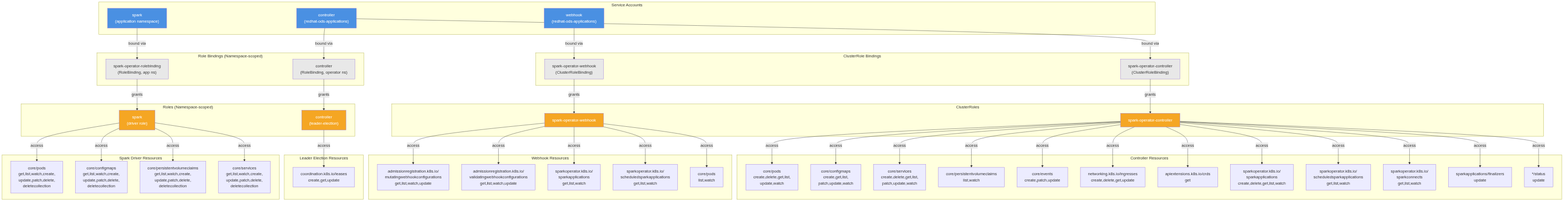
Earlier version of the Mermaid export architecture/rhoai-3.4-ea.2/diagrams/spark-operator-rbac.png (rhuss/architecture-context). Its source is kept beside it as architecture/rhoai-3.4-ea.2/diagrams/spark-operator-rbac.mmd.
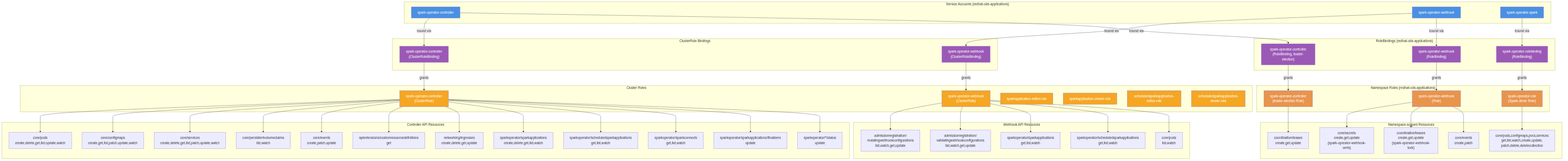
After the change.

Change to the diagram source:
```diff
@@ -1,9 +1,9 @@
 
 graph TD
-    subgraph ServiceAccounts["Service Accounts"]
-        SA_Controller["controller<br/>(redhat-ods-applications)"]
-        SA_Webhook["webhook<br/>(redhat-ods-applications)"]
-        SA_Spark["spark<br/>(application namespace)"]
+    subgraph ServiceAccounts["Service Accounts (redhat-ods-applications)"]
+        SA_Controller["spark-operator-controller"]
+        SA_Webhook["spark-operator-webhook"]
+        SA_Spark["spark-operator-spark"]
     end
 
     subgraph ClusterRoleBindings["ClusterRole Bindings"]
@@ -11,99 +11,109 @@
         CRB_Webhook["spark-operator-webhook<br/>(ClusterRoleBinding)"]
     end
 
-    subgraph RoleBindings["Role Bindings (Namespace-scoped)"]
-        RB_Leader["controller<br/>(RoleBinding, operator ns)"]
-        RB_Spark["spark-operator-rolebinding<br/>(RoleBinding, app ns)"]
+    subgraph RoleBindings["RoleBindings (redhat-ods-applications)"]
+        RB_Leader["spark-operator-controller<br/>(RoleBinding, leader-election)"]
+        RB_WebhookNS["spark-operator-webhook<br/>(RoleBinding)"]
+        RB_Spark["spark-operator-rolebinding<br/>(RoleBinding)"]
     end
 
-    subgraph ClusterRoles["ClusterRoles"]
-        CR_Controller["spark-operator-controller"]
-        CR_Webhook["spark-operator-webhook"]
+    subgraph ClusterRoles["Cluster Roles"]
+        CR_Controller["spark-operator-controller<br/>(ClusterRole)"]
+        CR_Webhook["spark-operator-webhook<br/>(ClusterRole)"]
+        CR_AppEditor["sparkapplication-editor-role"]
+        CR_AppViewer["sparkapplication-viewer-role"]
+        CR_SchedEditor["scheduledsparkapplication-editor-role"]
+        CR_SchedViewer["scheduledsparkapplication-viewer-role"]
     end
 
-    subgraph Roles["Roles (Namespace-scoped)"]
-        R_Leader["controller<br/>(leader-election)"]
-        R_Spark["spark<br/>(driver role)"]
+    subgraph NSRoles["Namespace Roles (redhat-ods-applications)"]
+        R_Leader["spark-operator-controller<br/>(leader-election Role)"]
+        R_Webhook["spark-operator-webhook<br/>(Role)"]
+        R_Spark["spark-operator-role<br/>(Spark driver Role)"]
     end
 
-    subgraph ControllerResources["Controller Resources"]
-        Pods["core/pods<br/>create,delete,get,list,<br/>update,watch"]
-        ConfigMaps["core/configmaps<br/>create,get,list,<br/>patch,update,watch"]
-        Services["core/services<br/>create,delete,get,list,<br/>patch,update,watch"]
-        PVCs["core/persistentvolumeclaims<br/>list,watch"]
-        Events["core/events<br/>create,patch,update"]
-        Ingresses["networking.k8s.io/ingresses<br/>create,delete,get,update"]
-        CRDs["apiextensions.k8s.io/crds<br/>get"]
-        SparkApps["sparkoperator.k8s.io/<br/>sparkapplications<br/>create,delete,get,list,watch"]
-        SchedApps["sparkoperator.k8s.io/<br/>scheduledsparkapplications<br/>get,list,watch"]
-        SparkConnects["sparkoperator.k8s.io/<br/>sparkconnects<br/>get,list,watch"]
-        Finalizers["sparkapplications/finalizers<br/>update"]
-        Status["*/status<br/>update"]
+    subgraph ControllerResources["Controller API Resources"]
+        Pods_C["core/pods<br/>create,delete,get,list,update,watch"]
+        ConfigMaps_C["core/configmaps<br/>create,get,list,patch,update,watch"]
+        Services_C["core/services<br/>create,delete,get,list,patch,update,watch"]
+        PVCs_C["core/persistentvolumeclaims<br/>list,watch"]
+        Events_C["core/events<br/>create,patch,update"]
+        CRDs_C["apiextensions/customresourcedefinitions<br/>get"]
+        Ingresses_C["networking/ingresses<br/>create,delete,get,update"]
+        SparkApps_C["sparkoperator/sparkapplications<br/>create,delete,get,list,watch"]
+        SchedApps_C["sparkoperator/scheduledsparkapplications<br/>get,list,watch"]
+        Connects_C["sparkoperator/sparkconnects<br/>get,list,watch"]
+        Finalizers_C["sparkoperator/sparkapplications/finalizers<br/>update"]
+        Status_C["sparkoperator/*/status<br/>update"]
     end
 
-    subgraph WebhookResources["Webhook Resources"]
-        MutWebhook["admissionregistration.k8s.io/<br/>mutatingwebhookconfigurations<br/>get,list,watch,update"]
-        ValWebhook["admissionregistration.k8s.io/<br/>validatingwebhookconfigurations<br/>get,list,watch,update"]
-        WH_SparkApps["sparkoperator.k8s.io/<br/>sparkapplications<br/>get,list,watch"]
-        WH_SchedApps["sparkoperator.k8s.io/<br/>scheduledsparkapplications<br/>get,list,watch"]
-        WH_Pods["core/pods<br/>list,watch"]
+    subgraph WebhookResources["Webhook API Resources"]
+        MWH["admissionregistration/<br/>mutatingwebhookconfigurations<br/>list,watch,get,update"]
+        VWH["admissionregistration/<br/>validatingwebhookconfigurations<br/>list,watch,get,update"]
+        SparkApps_W["sparkoperator/sparkapplications<br/>get,list,watch"]
+        SchedApps_W["sparkoperator/scheduledsparkapplications<br/>get,list,watch"]
+        Pods_W["core/pods<br/>list,watch"]
     end
 
-    subgraph LeaderResources["Leader Election Resources"]
-        Leases["coordination.k8s.io/leases<br/>create,get,update"]
+    subgraph NSResources["Namespace-scoped Resources"]
+        Leases_L["coordination/leases<br/>create,get,update"]
+        Secrets_W["core/secrets<br/>create,get,update<br/>(spark-operator-webhook-certs)"]
+        Leases_W["coordination/leases<br/>create,get,update<br/>(spark-operator-webhook-lock)"]
+        Events_W["core/events<br/>create,patch"]
+        SparkDriverRes["core/pods,configmaps,pvcs,services<br/>get,list,watch,create,update,<br/>patch,delete,deletecollection"]
     end
 
-    subgraph SparkDriverResources["Spark Driver Resources"]
-        DR_Pods["core/pods<br/>get,list,watch,create,<br/>update,patch,delete,<br/>deletecollection"]
-        DR_ConfigMaps["core/configmaps<br/>get,list,watch,create,<br/>update,patch,delete,<br/>deletecollection"]
-        DR_PVCs["core/persistentvolumeclaims<br/>get,list,watch,create,<br/>update,patch,delete,<br/>deletecollection"]
-        DR_Services["core/services<br/>get,list,watch,create,<br/>update,patch,delete,<br/>deletecollection"]
-    end
+    SA_Controller -->|bound via| CRB_Controller
+    SA_Controller -->|bound via| RB_Leader
+    SA_Webhook -->|bound via| CRB_Webhook
+    SA_Webhook -->|bound via| RB_WebhookNS
+    SA_Spark -->|bound via| RB_Spark
 
-    SA_Controller -->|"bound via"| CRB_Controller
-    SA_Controller -->|"bound via"| RB_Leader
-    SA_Webhook -->|"bound via"| CRB_Webhook
-    SA_Spark -->|"bound via"| RB_Spark
+    CRB_Controller -->|grants| CR_Controller
+    CRB_Webhook -->|grants| CR_Webhook
+    RB_Leader -->|grants| R_Leader
+    RB_WebhookNS -->|grants| R_Webhook
+    RB_Spark -->|grants| R_Spark
 
-    CRB_Controller -->|"grants"| CR_Controller
-    CRB_Webhook -->|"grants"| CR_Webhook
-    RB_Leader -->|"grants"| R_Leader
-    RB_Spark -->|"grants"| R_Spark
+    CR_Controller --> Pods_C
+    CR_Controller --> ConfigMaps_C
+    CR_Controller --> Services_C
+    CR_Controller --> PVCs_C
+    CR_Controller --> Events_C
+    CR_Controller --> CRDs_C
+    CR_Controller --> Ingresses_C
+    CR_Controller --> SparkApps_C
+    CR_Controller --> SchedApps_C
+    CR_Controller --> Connects_C
+    CR_Controller --> Finalizers_C
+    CR_Controller --> Status_C
 
-    CR_Controller -->|"access"| Pods
-    CR_Controller -->|"access"| ConfigMaps
-    CR_Controller -->|"access"| Services
-    CR_Controller -->|"access"| PVCs
-    CR_Controller -->|"access"| Events
-    CR_Controller -->|"access"| Ingresses
-    CR_Controller -->|"access"| CRDs
-    CR_Controller -->|"access"| SparkApps
-    CR_Controller -->|"access"| SchedApps
-    CR_Controller -->|"access"| SparkConnects
-    CR_Controller -->|"access"| Finalizers
-    CR_Controller -->|"access"| Status
+    CR_Webhook --> MWH
+    CR_Webhook --> VWH
+    CR_Webhook --> SparkApps_W
+    CR_Webhook --> SchedApps_W
+    CR_Webhook --> Pods_W
 
-    CR_Webhook -->|"access"| MutWebhook
-    CR_Webhook -->|"access"| ValWebhook
-    CR_Webhook -->|"access"| WH_SparkApps
-    CR_Webhook -->|"access"| WH_SchedApps
-    CR_Webhook -->|"access"| WH_Pods
-
-    R_Leader -->|"access"| Leases
-
-    R_Spark -->|"access"| DR_Pods
-    R_Spark -->|"access"| DR_ConfigMaps
-    R_Spark -->|"access"| DR_PVCs
-    R_Spark -->|"access"| DR_Services
+    R_Leader --> Leases_L
+    R_Webhook --> Secrets_W
+    R_Webhook --> Leases_W
+    R_Webhook --> Events_W
+    R_Spark --> SparkDriverRes
 
     style SA_Controller fill:#4a90e2,color:#fff
     style SA_Webhook fill:#4a90e2,color:#fff
     style SA_Spark fill:#4a90e2,color:#fff
     style CR_Controller fill:#f5a623,color:#fff
     style CR_Webhook fill:#f5a623,color:#fff
-    style R_Leader fill:#f5a623,color:#fff
-    style R_Spark fill:#f5a623,color:#fff
-    style CRB_Controller fill:#e8e8e8
-    style CRB_Webhook fill:#e8e8e8
-    style RB_Leader fill:#e8e8e8
-    style RB_Spark fill:#e8e8e8
+    style CR_AppEditor fill:#f5a623,color:#fff
+    style CR_AppViewer fill:#f5a623,color:#fff
+    style CR_SchedEditor fill:#f5a623,color:#fff
+    style CR_SchedViewer fill:#f5a623,color:#fff
+    style R_Leader fill:#e8944c,color:#fff
+    style R_Webhook fill:#e8944c,color:#fff
+    style R_Spark fill:#e8944c,color:#fff
+    style CRB_Controller fill:#9b59b6,color:#fff
+    style CRB_Webhook fill:#9b59b6,color:#fff
+    style RB_Leader fill:#9b59b6,color:#fff
+    style RB_WebhookNS fill:#9b59b6,color:#fff
+    style RB_Spark fill:#9b59b6,color:#fff
```
